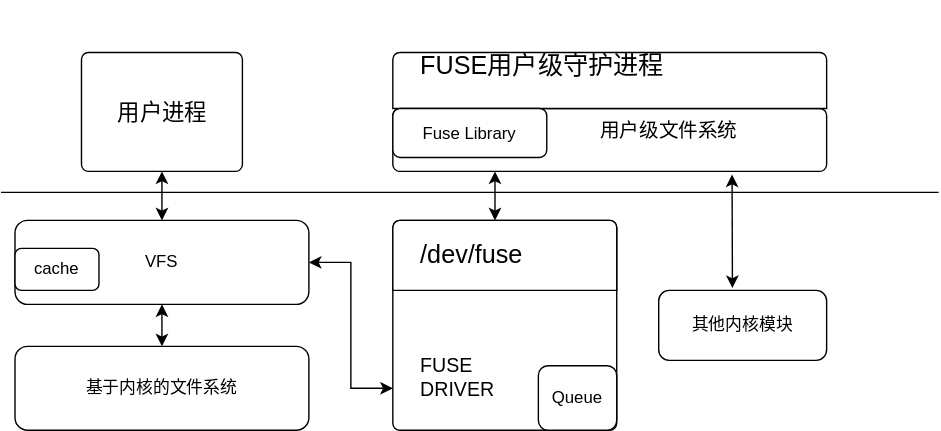
Before: 未命名绘图.drawio.svg, a diagram exported from draw.io (493520280/blog-img). Source tidied: cells renumbered, new cells last; positions are measured from the earlier drawing's top-left corner, leaving out a move shared by most shapes.
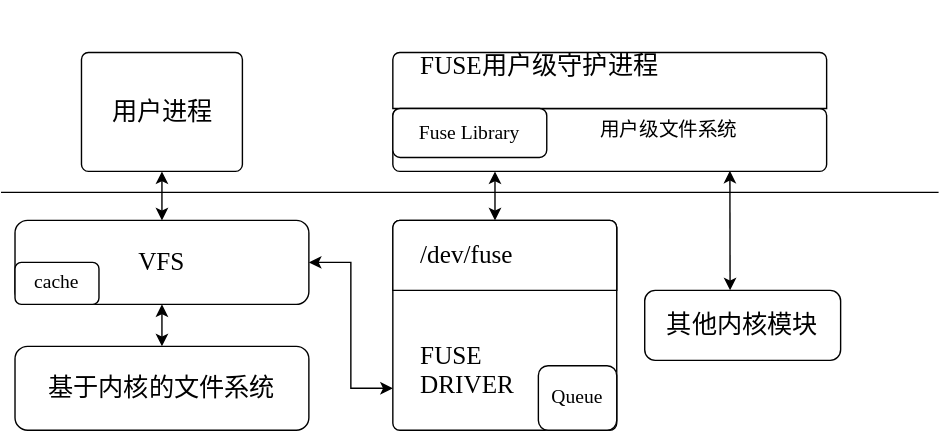
The same file after the commit.

Commit message:
更新未命名绘图.drawio.svg

What changed in the source:
```diff
@@ -2,7 +2,7 @@
   <root>
     <mxCell id="0" />
     <mxCell id="1" parent="0" />
-    <mxCell id="2" value="用户进程" style="html=1;shadow=0;dashed=0;shape=mxgraph.bootstrap.rrect;rSize=5;strokeWidth=1;whiteSpace=wrap;align=center;verticalAlign=middle;spacingLeft=0;fontStyle=0;fontSize=16;spacing=5;" parent="1" vertex="1">
+    <mxCell id="2" value="&lt;font style=&quot;font-size: 18px;&quot; face=&quot;Times New Roman&quot;&gt;用户进程&lt;/font&gt;" style="html=1;shadow=0;dashed=0;shape=mxgraph.bootstrap.rrect;rSize=5;strokeWidth=1;whiteSpace=wrap;align=center;verticalAlign=middle;spacingLeft=0;fontStyle=0;fontSize=16;spacing=5;" parent="1" vertex="1">
       <mxGeometry x="57.5" width="115" height="85" as="geometry" />
     </mxCell>
     <mxCell id="3" style="endArrow=none;html=1;rounded=0;" parent="1" edge="1">
@@ -14,13 +14,13 @@
     <mxCell id="4" style="endArrow=classic;startArrow=classic;html=1;rounded=0;exitX=0.5;exitY=0;exitDx=0;exitDy=0;" parent="1" edge="1" source="5" target="2">
       <mxGeometry relative="1" as="geometry" />
     </mxCell>
-    <mxCell id="5" value="VFS" style="rounded=1;whiteSpace=wrap;html=1;" parent="1" vertex="1">
+    <mxCell id="5" value="&lt;font style=&quot;font-size: 18px;&quot; face=&quot;Times New Roman&quot;&gt;VFS&lt;/font&gt;" style="rounded=1;whiteSpace=wrap;html=1;" parent="1" vertex="1">
       <mxGeometry x="10" y="120" width="210" height="60" as="geometry" />
     </mxCell>
-    <mxCell id="6" value="cache" style="rounded=1;whiteSpace=wrap;html=1;" parent="1" vertex="1">
-      <mxGeometry x="10" y="140" width="60" height="30" as="geometry" />
+    <mxCell id="6" value="&lt;font style=&quot;font-size: 14px;&quot; face=&quot;Times New Roman&quot;&gt;cache&lt;/font&gt;" style="rounded=1;whiteSpace=wrap;html=1;" parent="1" vertex="1">
+      <mxGeometry x="10" y="150" width="60" height="30" as="geometry" />
     </mxCell>
-    <mxCell id="7" value="基于内核的文件系统" style="rounded=1;whiteSpace=wrap;html=1;" parent="1" vertex="1">
+    <mxCell id="7" value="&lt;font style=&quot;font-size: 18px;&quot; face=&quot;Times New Roman&quot;&gt;基于内核的文件系统&lt;/font&gt;" style="rounded=1;whiteSpace=wrap;html=1;" parent="1" vertex="1">
       <mxGeometry x="10" y="210" width="210" height="60" as="geometry" />
     </mxCell>
     <mxCell id="8" style="endArrow=classic;startArrow=classic;html=1;rounded=0;entryX=0.5;entryY=1;entryDx=0;entryDy=0;exitX=0.5;exitY=0;exitDx=0;exitDy=0;" parent="1" edge="1" source="7" target="5">
@@ -35,27 +35,27 @@
         </Array>
       </mxGeometry>
     </mxCell>
-    <mxCell id="10" value="&lt;span style=&quot;font-size: 11px;&quot;&gt;&lt;span style=&quot;font-size: 14px;&quot;&gt;&lt;span style=&quot;font-weight: normal;&quot;&gt;FUSE &lt;br&gt;DRIVER&lt;/span&gt;&lt;br style=&quot;&quot;&gt;&lt;/span&gt;&lt;/span&gt;" style="html=1;shadow=0;dashed=0;shape=mxgraph.bootstrap.rrect;rSize=5;html=1;whiteSpace=wrap;verticalAlign=bottom;align=left;spacing=20;spacingBottom=0;fontSize=14;fontStyle=1;" parent="1" vertex="1">
+    <mxCell id="10" value="&lt;span style=&quot;font-weight: normal;&quot;&gt;&lt;font style=&quot;font-size: 18px;&quot; face=&quot;Times New Roman&quot;&gt;FUSE &lt;br&gt;DRIVER&lt;/font&gt;&lt;/span&gt;" style="html=1;shadow=0;dashed=0;shape=mxgraph.bootstrap.rrect;rSize=5;html=1;whiteSpace=wrap;verticalAlign=bottom;align=left;spacing=20;spacingBottom=0;fontSize=14;fontStyle=1;" parent="1" vertex="1">
       <mxGeometry x="280" y="120" width="160" height="150" as="geometry" />
     </mxCell>
-    <mxCell id="11" value="/dev/fuse" style="html=1;shadow=0;dashed=0;shape=mxgraph.bootstrap.topButton;rSize=5;perimeter=none;whiteSpace=wrap;fontSize=18;align=left;spacing=20;" parent="10" vertex="1">
+    <mxCell id="11" value="&lt;font face=&quot;Times New Roman&quot;&gt;/dev/fuse&lt;/font&gt;" style="html=1;shadow=0;dashed=0;shape=mxgraph.bootstrap.topButton;rSize=5;perimeter=none;whiteSpace=wrap;fontSize=18;align=left;spacing=20;" parent="10" vertex="1">
       <mxGeometry width="160" height="50" relative="1" as="geometry" />
     </mxCell>
-    <mxCell id="12" value="Queue" style="rounded=1;whiteSpace=wrap;html=1;" parent="10" vertex="1">
+    <mxCell id="12" value="&lt;font style=&quot;font-size: 14px;&quot; face=&quot;Times New Roman&quot;&gt;Queue&lt;/font&gt;" style="rounded=1;whiteSpace=wrap;html=1;" parent="10" vertex="1">
       <mxGeometry x="104" y="103.8" width="56" height="46.2" as="geometry" />
     </mxCell>
-    <mxCell id="13" value="其他内核模块" style="rounded=1;whiteSpace=wrap;html=1;" parent="1" vertex="1">
-      <mxGeometry x="470" y="170" width="120" height="50" as="geometry" />
+    <mxCell id="13" value="&lt;font style=&quot;font-size: 18px;&quot; face=&quot;Times New Roman&quot;&gt;其他内核模块&lt;/font&gt;" style="rounded=1;whiteSpace=wrap;html=1;" parent="1" vertex="1">
+      <mxGeometry x="460" y="170" width="140" height="50" as="geometry" />
     </mxCell>
-    <mxCell id="14" value="&amp;nbsp; &amp;nbsp; &amp;nbsp; &amp;nbsp; &amp;nbsp; &amp;nbsp; &amp;nbsp; &amp;nbsp; &amp;nbsp; &amp;nbsp; &amp;nbsp; &amp;nbsp; &amp;nbsp; &amp;nbsp; &amp;nbsp; &amp;nbsp; &amp;nbsp; &amp;nbsp; &amp;nbsp; &amp;nbsp;&lt;br style=&quot;font-size: 14px;&quot;&gt;&amp;nbsp; &amp;nbsp; &amp;nbsp; &amp;nbsp; &amp;nbsp; &amp;nbsp; &amp;nbsp; &amp;nbsp; &amp;nbsp; &amp;nbsp; &amp;nbsp; &amp;nbsp; &lt;br style=&quot;font-size: 14px;&quot;&gt;&amp;nbsp; &amp;nbsp; &amp;nbsp; &amp;nbsp; &amp;nbsp; &amp;nbsp; &amp;nbsp; &amp;nbsp; &amp;nbsp; &amp;nbsp; &amp;nbsp; &amp;nbsp; &amp;nbsp; &amp;nbsp; &amp;nbsp; &amp;nbsp; &amp;nbsp; &lt;br&gt;&amp;nbsp; &amp;nbsp; &amp;nbsp; &amp;nbsp; &amp;nbsp; &amp;nbsp; &amp;nbsp; &amp;nbsp; &amp;nbsp; &amp;nbsp; &amp;nbsp; &amp;nbsp; &amp;nbsp; &amp;nbsp; &amp;nbsp; &amp;nbsp; &amp;nbsp; &amp;nbsp; &lt;br&gt;&lt;br&gt;&amp;nbsp; &amp;nbsp; &amp;nbsp; &amp;nbsp; &amp;nbsp; &amp;nbsp; &amp;nbsp; &amp;nbsp; &amp;nbsp; &amp;nbsp; &amp;nbsp; &amp;nbsp; &amp;nbsp; &amp;nbsp; &amp;nbsp; &amp;nbsp; &amp;nbsp;用户级文件系统" style="html=1;shadow=0;dashed=0;shape=mxgraph.bootstrap.rrect;rSize=5;html=1;whiteSpace=wrap;verticalAlign=bottom;align=left;spacing=20;spacingBottom=0;fontSize=14;" parent="1" vertex="1">
+    <mxCell id="14" value="&amp;nbsp; &amp;nbsp; &amp;nbsp; &amp;nbsp; &amp;nbsp; &amp;nbsp; &amp;nbsp; &amp;nbsp; &amp;nbsp; &amp;nbsp; &amp;nbsp; &amp;nbsp; &amp;nbsp; &amp;nbsp; &amp;nbsp; &amp;nbsp; &amp;nbsp; &amp;nbsp; &amp;nbsp; &amp;nbsp;&lt;br style=&quot;font-size: 14px;&quot;&gt;&amp;nbsp; &amp;nbsp; &amp;nbsp; &amp;nbsp; &amp;nbsp; &amp;nbsp; &amp;nbsp; &amp;nbsp; &amp;nbsp; &amp;nbsp; &amp;nbsp; &amp;nbsp; &lt;br style=&quot;font-size: 14px;&quot;&gt;&amp;nbsp; &amp;nbsp; &amp;nbsp; &amp;nbsp; &amp;nbsp; &amp;nbsp; &amp;nbsp; &amp;nbsp; &amp;nbsp; &amp;nbsp; &amp;nbsp; &amp;nbsp; &amp;nbsp; &amp;nbsp; &amp;nbsp; &amp;nbsp; &amp;nbsp; &lt;br&gt;&amp;nbsp; &amp;nbsp; &amp;nbsp; &amp;nbsp; &amp;nbsp; &amp;nbsp; &amp;nbsp; &amp;nbsp; &amp;nbsp; &amp;nbsp; &amp;nbsp; &amp;nbsp; &amp;nbsp; &amp;nbsp; &amp;nbsp; &amp;nbsp; &amp;nbsp; &amp;nbsp; &lt;br&gt;&lt;br&gt;&amp;nbsp; &amp;nbsp; &amp;nbsp; &amp;nbsp; &amp;nbsp; &amp;nbsp; &amp;nbsp; &amp;nbsp; &amp;nbsp; &amp;nbsp; &amp;nbsp; &amp;nbsp; &amp;nbsp; &amp;nbsp; &amp;nbsp; &amp;nbsp; &amp;nbsp;&lt;font style=&quot;font-size: 14px;&quot; face=&quot;Times New Roman&quot;&gt;用户级文件系统&lt;/font&gt;" style="html=1;shadow=0;dashed=0;shape=mxgraph.bootstrap.rrect;rSize=5;html=1;whiteSpace=wrap;verticalAlign=bottom;align=left;spacing=20;spacingBottom=0;fontSize=14;" parent="1" vertex="1">
       <mxGeometry x="280" y="40" width="310" height="45" as="geometry" />
     </mxCell>
-    <mxCell id="15" value="FUSE用户级守护进程" style="html=1;shadow=0;dashed=0;shape=mxgraph.bootstrap.topButton;rSize=5;perimeter=none;whiteSpace=wrap;fontSize=18;align=left;spacing=20;" parent="1" vertex="1">
+    <mxCell id="15" value="&lt;font face=&quot;Times New Roman&quot;&gt;FUSE用户级守护进程&lt;/font&gt;" style="html=1;shadow=0;dashed=0;shape=mxgraph.bootstrap.topButton;rSize=5;perimeter=none;whiteSpace=wrap;fontSize=18;align=left;spacing=20;" parent="1" vertex="1">
       <mxGeometry x="280" width="310" height="40" as="geometry">
         <mxPoint y="-10" as="offset" />
       </mxGeometry>
     </mxCell>
-    <mxCell id="16" value="Fuse Library" style="rounded=1;whiteSpace=wrap;html=1;" parent="1" vertex="1">
+    <mxCell id="16" value="&lt;font style=&quot;font-size: 14px;&quot; face=&quot;Times New Roman&quot;&gt;Fuse Library&lt;/font&gt;" style="rounded=1;whiteSpace=wrap;html=1;" parent="1" vertex="1">
       <mxGeometry x="280" y="40" width="110" height="35" as="geometry" />
     </mxCell>
     <mxCell id="17" style="endArrow=classic;startArrow=classic;html=1;rounded=0;" parent="1" edge="1">
@@ -64,8 +64,10 @@
         <mxPoint x="353" y="85" as="targetPoint" />
       </mxGeometry>
     </mxCell>
-    <mxCell id="18" style="endArrow=classic;startArrow=classic;html=1;rounded=0;entryX=0.782;entryY=1.049;entryDx=0;entryDy=0;entryPerimeter=0;exitX=0.439;exitY=-0.033;exitDx=0;exitDy=0;exitPerimeter=0;" parent="1" edge="1" source="13" target="14">
-      <mxGeometry relative="1" as="geometry" />
+    <mxCell id="18" style="endArrow=classic;startArrow=classic;html=1;rounded=0;entryX=0.777;entryY=0.989;entryDx=0;entryDy=0;entryPerimeter=0;" parent="1" edge="1" target="14">
+      <mxGeometry relative="1" as="geometry">
+        <mxPoint x="521" y="170" as="sourcePoint" />
+      </mxGeometry>
     </mxCell>
   </root>
 </mxGraphModel>
```
